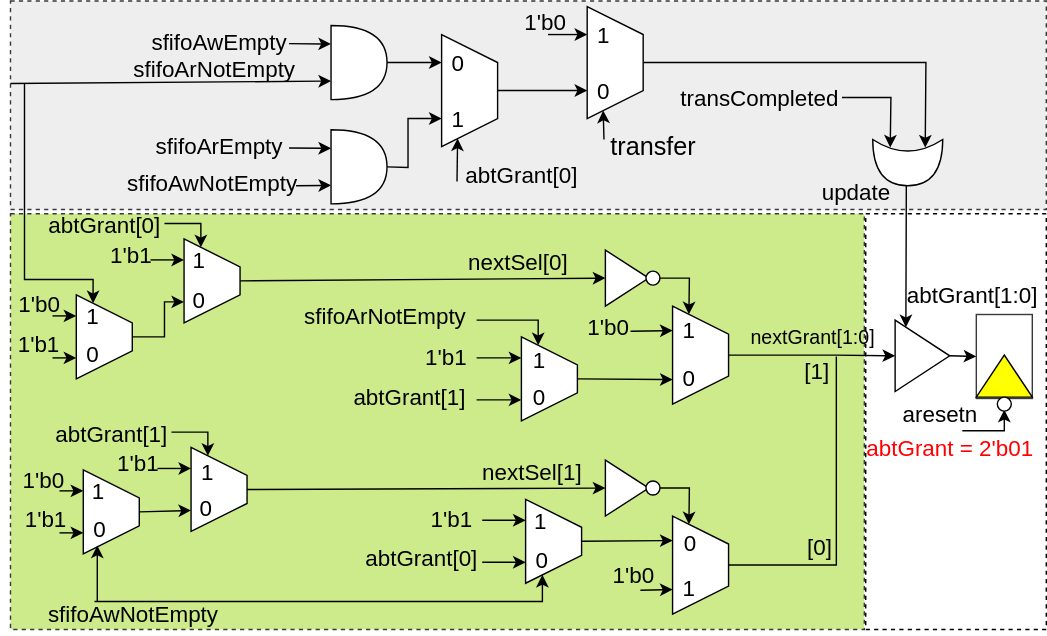
This is IMAGE/arbiter.drawio.svg from Manprocoder/AXI-APB-Bridge, a draw.io export, as it was before one commit. Source tidied: cells renumbered, new cells last; positions are measured from the earlier drawing's top-left corner, leaving out a move shared by most shapes.
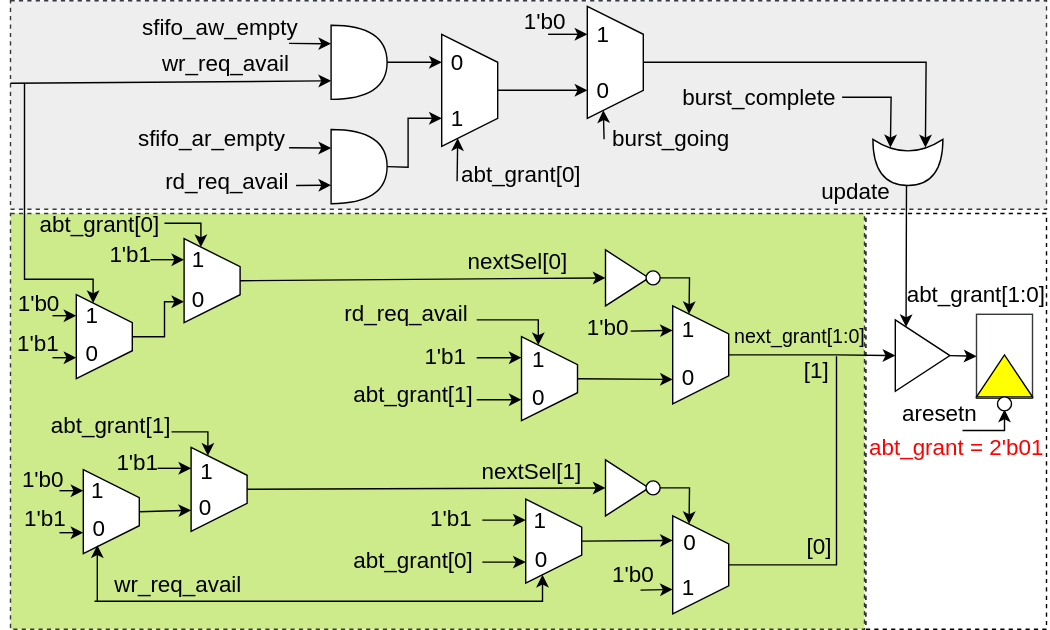
Above is the later version.

What changed in the source:
```diff
@@ -14,8 +14,8 @@
     <mxCell id="5" style="rounded=0;whiteSpace=wrap;html=1;fillColor=#FFFFFF;strokeColor=#36393d;" parent="1" vertex="1">
       <mxGeometry x="690" y="224" width="40" height="60" as="geometry" />
     </mxCell>
-    <mxCell id="6" value="&lt;font style=&quot;font-size: 16px;&quot;&gt;abtGrant[1:0]&lt;/font&gt;" style="text;html=1;align=center;verticalAlign=middle;whiteSpace=wrap;rounded=0;" parent="1" vertex="1">
-      <mxGeometry x="635" y="195" width="104" height="30" as="geometry" />
+    <mxCell id="6" value="&lt;font style=&quot;font-size: 16px;&quot;&gt;abt_grant[1:0]&lt;/font&gt;" style="text;html=1;align=center;verticalAlign=middle;whiteSpace=wrap;rounded=0;" parent="1" vertex="1">
+      <mxGeometry x="638" y="195" width="104" height="30" as="geometry" />
     </mxCell>
     <mxCell id="7" style="triangle;whiteSpace=wrap;html=1;direction=north;fillColor=#FFFF00;" parent="1" vertex="1">
       <mxGeometry x="690" y="253" width="40" height="30" as="geometry" />
@@ -32,8 +32,8 @@
     <mxCell id="9" value="&lt;font style=&quot;font-size: 16px;&quot;&gt;aresetn&lt;/font&gt;" style="text;html=1;align=center;verticalAlign=middle;whiteSpace=wrap;rounded=0;" parent="1" vertex="1">
       <mxGeometry x="634" y="283" width="60" height="23" as="geometry" />
     </mxCell>
-    <mxCell id="10" value="&lt;font style=&quot;font-size: 16px; color: rgb(255, 0, 0);&quot;&gt;abtGrant = 2'b01&lt;/font&gt;" style="text;html=1;align=center;verticalAlign=middle;whiteSpace=wrap;rounded=0;" parent="1" vertex="1">
-      <mxGeometry x="606" y="304" width="130" height="30" as="geometry" />
+    <mxCell id="10" value="&lt;font style=&quot;font-size: 16px; color: rgb(255, 0, 0);&quot;&gt;abt_grant = 2'b01&lt;/font&gt;" style="text;html=1;align=center;verticalAlign=middle;whiteSpace=wrap;rounded=0;" parent="1" vertex="1">
+      <mxGeometry x="611" y="304" width="130" height="30" as="geometry" />
     </mxCell>
     <mxCell id="11" style="endArrow=classic;html=1;rounded=0;entryX=0.197;entryY=0.1;entryDx=0;entryDy=0;exitX=1;exitY=0.5;exitDx=0;exitDy=0;exitPerimeter=0;entryPerimeter=0;" parent="1" edge="1" source="14" target="40">
       <mxGeometry relative="1" as="geometry">
@@ -66,7 +66,7 @@
         </Array>
       </mxGeometry>
     </mxCell>
-    <mxCell id="17" value="&lt;font style=&quot;font-size: 16px;&quot;&gt;transCompleted&lt;/font&gt;" style="text;html=1;align=center;verticalAlign=middle;whiteSpace=wrap;rounded=0;" parent="1" vertex="1">
+    <mxCell id="17" value="&lt;font style=&quot;font-size: 16px;&quot;&gt;burst_complete&lt;/font&gt;" style="text;html=1;align=center;verticalAlign=middle;whiteSpace=wrap;rounded=0;" parent="1" vertex="1">
       <mxGeometry x="475" y="54" width="120" height="30" as="geometry" />
     </mxCell>
     <mxCell id="18" style="shape=trapezoid;perimeter=trapezoidPerimeter;whiteSpace=wrap;html=1;fixedSize=1;direction=south;" parent="1" vertex="1">
@@ -85,8 +85,8 @@
         <mxPoint x="424" y="99" as="sourcePoint" />
       </mxGeometry>
     </mxCell>
-    <mxCell id="22" value="&lt;font style=&quot;font-size: 18px;&quot;&gt;transfer&lt;/font&gt;" style="text;html=1;align=center;verticalAlign=middle;whiteSpace=wrap;rounded=0;" parent="1" vertex="1">
-      <mxGeometry x="424" y="89" width="70" height="30" as="geometry" />
+    <mxCell id="22" value="&lt;font style=&quot;font-size: 16px;&quot;&gt;burst_going&lt;/font&gt;" style="text;html=1;align=center;verticalAlign=middle;whiteSpace=wrap;rounded=0;" parent="1" vertex="1">
+      <mxGeometry x="429" y="83" width="86" height="30" as="geometry" />
     </mxCell>
     <mxCell id="23" style="shape=or;whiteSpace=wrap;html=1;" parent="1" vertex="1">
       <mxGeometry x="229" y="92" width="40" height="53" as="geometry" />
@@ -107,12 +107,9 @@
         <mxPoint x="319" y="129" as="sourcePoint" />
       </mxGeometry>
     </mxCell>
-    <mxCell id="28" value="&lt;font style=&quot;font-size: 16px;&quot;&gt;abtGrant[0]&lt;/font&gt;" style="text;html=1;align=center;verticalAlign=middle;whiteSpace=wrap;rounded=0;" parent="1" vertex="1">
+    <mxCell id="28" value="&lt;font style=&quot;font-size: 16px;&quot;&gt;abt_grant[0]&lt;/font&gt;" style="text;html=1;align=center;verticalAlign=middle;whiteSpace=wrap;rounded=0;" parent="1" vertex="1">
       <mxGeometry x="318" y="109" width="94" height="30" as="geometry" />
     </mxCell>
-    <mxCell id="29" value="&lt;font style=&quot;font-size: 16px;&quot;&gt;sfifoArEmpty&lt;/font&gt;" style="text;html=1;align=center;verticalAlign=middle;whiteSpace=wrap;rounded=0;" parent="1" vertex="1">
-      <mxGeometry x="99" y="88" width="100" height="30" as="geometry" />
-    </mxCell>
     <mxCell id="30" style="endArrow=classic;html=1;rounded=0;exitX=1;exitY=0.5;exitDx=0;exitDy=0;exitPerimeter=0;entryX=0.75;entryY=1;entryDx=0;entryDy=0;" parent="1" edge="1" source="23" target="24">
       <mxGeometry relative="1" as="geometry">
         <Array as="points">
@@ -126,9 +123,6 @@
         <mxPoint x="204" y="132" as="sourcePoint" />
       </mxGeometry>
     </mxCell>
-    <mxCell id="32" value="&lt;font style=&quot;font-size: 16px;&quot;&gt;sfifoAwNotEmpty&lt;/font&gt;" style="text;html=1;align=center;verticalAlign=middle;whiteSpace=wrap;rounded=0;" parent="1" vertex="1">
-      <mxGeometry x="74" y="115" width="140" height="30" as="geometry" />
-    </mxCell>
     <mxCell id="33" style="shape=or;whiteSpace=wrap;html=1;" parent="1" vertex="1">
       <mxGeometry x="229" y="17.5" width="40" height="53" as="geometry" />
     </mxCell>
@@ -137,16 +131,16 @@
         <mxPoint x="199" y="30.5" as="sourcePoint" />
       </mxGeometry>
     </mxCell>
-    <mxCell id="35" value="&lt;font style=&quot;font-size: 16px;&quot;&gt;sfifoAwEmpty&lt;/font&gt;" style="text;html=1;align=center;verticalAlign=middle;whiteSpace=wrap;rounded=0;" parent="1" vertex="1">
-      <mxGeometry x="99" y="13.5" width="100" height="30" as="geometry" />
+    <mxCell id="35" value="&lt;font style=&quot;font-size: 16px;&quot;&gt;sfifo_aw_empty&lt;/font&gt;" style="text;html=1;align=center;verticalAlign=middle;whiteSpace=wrap;rounded=0;" parent="1" vertex="1">
+      <mxGeometry x="87" y="3.5" width="126" height="30" as="geometry" />
     </mxCell>
     <mxCell id="36" style="endArrow=classic;html=1;rounded=0;entryX=0;entryY=0.75;entryDx=0;entryDy=0;entryPerimeter=0;" parent="1" edge="1" target="33">
       <mxGeometry relative="1" as="geometry">
         <mxPoint y="59" as="sourcePoint" />
       </mxGeometry>
     </mxCell>
-    <mxCell id="37" value="&lt;font style=&quot;font-size: 16px;&quot;&gt;sfifoArNotEmpty&lt;/font&gt;" style="text;html=1;align=center;verticalAlign=middle;whiteSpace=wrap;rounded=0;" parent="1" vertex="1">
-      <mxGeometry x="83" y="35" width="125" height="25" as="geometry" />
+    <mxCell id="37" value="&lt;font style=&quot;font-size: 16px;&quot;&gt;wr_req_avail&lt;/font&gt;" style="text;html=1;align=center;verticalAlign=middle;whiteSpace=wrap;rounded=0;" parent="1" vertex="1">
+      <mxGeometry x="100" y="34" width="108" height="21" as="geometry" />
     </mxCell>
     <mxCell id="38" style="endArrow=classic;html=1;rounded=0;exitX=1;exitY=0.5;exitDx=0;exitDy=0;exitPerimeter=0;entryX=0.25;entryY=1;entryDx=0;entryDy=0;" parent="1" edge="1" source="33" target="24">
       <mxGeometry relative="1" as="geometry" />
@@ -161,8 +155,8 @@
     <mxCell id="40" style="triangle;whiteSpace=wrap;html=1;" parent="1" vertex="1">
       <mxGeometry x="632" y="228" width="39" height="51" as="geometry" />
     </mxCell>
-    <mxCell id="41" value="&lt;font style=&quot;font-size: 14px;&quot;&gt;nextGrant[1:0]&lt;/font&gt;" style="text;html=1;align=center;verticalAlign=middle;whiteSpace=wrap;rounded=0;" parent="1" vertex="1">
-      <mxGeometry x="522" y="227" width="102" height="26" as="geometry" />
+    <mxCell id="41" value="&lt;font style=&quot;font-size: 14px;&quot;&gt;next_grant[1:0]&lt;/font&gt;" style="text;html=1;align=center;verticalAlign=middle;whiteSpace=wrap;rounded=0;" parent="1" vertex="1">
+      <mxGeometry x="513" y="227" width="102" height="26" as="geometry" />
     </mxCell>
     <mxCell id="42" style="shape=trapezoid;perimeter=trapezoidPerimeter;whiteSpace=wrap;html=1;fixedSize=1;direction=south;" parent="1" vertex="1">
       <mxGeometry x="473" y="218" width="40" height="70" as="geometry" />
@@ -201,9 +195,6 @@
     <mxCell id="51" style="endArrow=classic;html=1;rounded=0;exitX=0.5;exitY=0;exitDx=0;exitDy=0;entryX=0.75;entryY=1;entryDx=0;entryDy=0;" parent="1" edge="1" source="50" target="42">
       <mxGeometry relative="1" as="geometry" />
     </mxCell>
-    <mxCell id="52" value="&lt;font style=&quot;font-size: 16px;&quot;&gt;sfifoArNotEmpty&lt;/font&gt;" style="text;html=1;align=center;verticalAlign=middle;whiteSpace=wrap;rounded=0;" parent="1" vertex="1">
-      <mxGeometry x="205" y="210" width="125" height="30" as="geometry" />
-    </mxCell>
     <mxCell id="53" style="endArrow=classic;html=1;rounded=0;entryX=0.25;entryY=1;entryDx=0;entryDy=0;" parent="1" edge="1" target="50">
       <mxGeometry relative="1" as="geometry">
         <mxPoint x="333" y="255" as="sourcePoint" />
@@ -225,9 +216,6 @@
     <mxCell id="56" value="&lt;font style=&quot;font-size: 16px;&quot;&gt;1'b1&lt;/font&gt;" style="text;html=1;align=center;verticalAlign=middle;whiteSpace=wrap;rounded=0;" parent="1" vertex="1">
       <mxGeometry x="291" y="239" width="40" height="30" as="geometry" />
     </mxCell>
-    <mxCell id="57" value="&lt;font style=&quot;font-size: 16px;&quot;&gt;abtGrant[1]&lt;/font&gt;" style="text;html=1;align=center;verticalAlign=middle;whiteSpace=wrap;rounded=0;" parent="1" vertex="1">
-      <mxGeometry x="238" y="268" width="94" height="30" as="geometry" />
-    </mxCell>
     <mxCell id="58" style="shape=trapezoid;perimeter=trapezoidPerimeter;whiteSpace=wrap;html=1;fixedSize=1;direction=south;" parent="1" vertex="1">
       <mxGeometry x="473" y="368" width="40" height="70" as="geometry" />
     </mxCell>
@@ -265,9 +253,6 @@
     <mxCell id="67" style="endArrow=classic;html=1;rounded=0;exitX=0.5;exitY=0;exitDx=0;exitDy=0;entryX=0.25;entryY=1;entryDx=0;entryDy=0;" parent="1" edge="1" source="66" target="58">
       <mxGeometry relative="1" as="geometry" />
     </mxCell>
-    <mxCell id="68" value="&lt;font style=&quot;font-size: 16px;&quot;&gt;sfifoAwNotEmpty&lt;/font&gt;" style="text;html=1;align=center;verticalAlign=middle;whiteSpace=wrap;rounded=0;" parent="1" vertex="1">
-      <mxGeometry x="25" y="423" width="125" height="30" as="geometry" />
-    </mxCell>
     <mxCell id="69" style="endArrow=classic;html=1;rounded=0;entryX=0.25;entryY=1;entryDx=0;entryDy=0;" parent="1" edge="1" target="66">
       <mxGeometry relative="1" as="geometry">
         <mxPoint x="337" y="371" as="sourcePoint" />
@@ -281,9 +266,6 @@
     <mxCell id="71" value="&lt;font style=&quot;font-size: 16px;&quot;&gt;1'b1&lt;/font&gt;" style="text;html=1;align=center;verticalAlign=middle;whiteSpace=wrap;rounded=0;" parent="1" vertex="1">
       <mxGeometry x="295" y="355" width="40" height="30" as="geometry" />
     </mxCell>
-    <mxCell id="72" value="&lt;font style=&quot;font-size: 16px;&quot;&gt;abtGrant[0]&lt;/font&gt;" style="text;html=1;align=center;verticalAlign=middle;whiteSpace=wrap;rounded=0;" parent="1" vertex="1">
-      <mxGeometry x="247" y="383" width="93" height="30" as="geometry" />
-    </mxCell>
     <mxCell id="73" style="endArrow=none;html=1;rounded=0;exitX=0.5;exitY=0;exitDx=0;exitDy=0;" parent="1" edge="1" source="58">
       <mxGeometry relative="1" as="geometry">
         <mxPoint x="590" y="254" as="targetPoint" />
@@ -309,9 +291,6 @@
         </Array>
       </mxGeometry>
     </mxCell>
-    <mxCell id="78" value="&lt;font style=&quot;font-size: 16px;&quot;&gt;abtGrant[0]&lt;/font&gt;" style="text;html=1;align=center;verticalAlign=middle;whiteSpace=wrap;rounded=0;" parent="1" vertex="1">
-      <mxGeometry x="20" y="145" width="94" height="30" as="geometry" />
-    </mxCell>
     <mxCell id="79" style="endArrow=classic;html=1;rounded=0;entryX=0.25;entryY=1;entryDx=0;entryDy=0;" parent="1" edge="1" target="76">
       <mxGeometry relative="1" as="geometry">
         <mxPoint x="100" y="185" as="sourcePoint" />
@@ -368,9 +347,6 @@
         </Array>
       </mxGeometry>
     </mxCell>
-    <mxCell id="90" value="&lt;font style=&quot;font-size: 16px;&quot;&gt;abtGrant[1]&lt;/font&gt;" style="text;html=1;align=center;verticalAlign=middle;whiteSpace=wrap;rounded=0;" parent="1" vertex="1">
-      <mxGeometry x="25" y="294" width="94" height="30" as="geometry" />
-    </mxCell>
     <mxCell id="91" style="endArrow=classic;html=1;rounded=0;entryX=0.25;entryY=1;entryDx=0;entryDy=0;" parent="1" edge="1" target="88">
       <mxGeometry relative="1" as="geometry">
         <mxPoint x="105" y="334" as="sourcePoint" />
@@ -479,5 +455,29 @@
     <mxCell id="121" style="ellipse;whiteSpace=wrap;html=1;" parent="1" vertex="1">
       <mxGeometry x="705" y="283" width="10" height="10" as="geometry" />
     </mxCell>
+    <mxCell id="122" value="&lt;font style=&quot;font-size: 16px;&quot;&gt;abt_grant[0]&lt;/font&gt;" style="text;html=1;align=center;verticalAlign=middle;whiteSpace=wrap;rounded=0;" parent="1" vertex="1">
+      <mxGeometry x="17" y="145" width="94" height="30" as="geometry" />
+    </mxCell>
+    <mxCell id="123" value="&lt;font style=&quot;font-size: 16px;&quot;&gt;abt_grant[0]&lt;/font&gt;" style="text;html=1;align=center;verticalAlign=middle;whiteSpace=wrap;rounded=0;" parent="1" vertex="1">
+      <mxGeometry x="241" y="385" width="94" height="30" as="geometry" />
+    </mxCell>
+    <mxCell id="124" value="&lt;font style=&quot;font-size: 16px;&quot;&gt;abt_grant[1]&lt;/font&gt;" style="text;html=1;align=center;verticalAlign=middle;whiteSpace=wrap;rounded=0;" parent="1" vertex="1">
+      <mxGeometry x="241" y="266" width="94" height="30" as="geometry" />
+    </mxCell>
+    <mxCell id="125" value="&lt;font style=&quot;font-size: 16px;&quot;&gt;abt_grant[1]&lt;/font&gt;" style="text;html=1;align=center;verticalAlign=middle;whiteSpace=wrap;rounded=0;" parent="1" vertex="1">
+      <mxGeometry x="25" y="288" width="94" height="30" as="geometry" />
+    </mxCell>
+    <mxCell id="126" value="&lt;font style=&quot;font-size: 16px;&quot;&gt;sfifo_ar_empty&lt;/font&gt;" style="text;html=1;align=center;verticalAlign=middle;whiteSpace=wrap;rounded=0;" parent="1" vertex="1">
+      <mxGeometry x="84" y="83" width="120" height="30" as="geometry" />
+    </mxCell>
+    <mxCell id="127" value="&lt;font style=&quot;font-size: 16px;&quot;&gt;rd_req_avail&lt;/font&gt;" style="text;html=1;align=center;verticalAlign=middle;whiteSpace=wrap;rounded=0;" parent="1" vertex="1">
+      <mxGeometry x="101" y="113" width="108" height="31" as="geometry" />
+    </mxCell>
+    <mxCell id="128" value="&lt;font style=&quot;font-size: 16px;&quot;&gt;rd_req_avail&lt;/font&gt;" style="text;html=1;align=center;verticalAlign=middle;whiteSpace=wrap;rounded=0;" parent="1" vertex="1">
+      <mxGeometry x="229" y="207" width="108" height="31" as="geometry" />
+    </mxCell>
+    <mxCell id="129" value="&lt;font style=&quot;font-size: 16px;&quot;&gt;wr_req_avail&lt;/font&gt;" style="text;html=1;align=center;verticalAlign=middle;whiteSpace=wrap;rounded=0;" parent="1" vertex="1">
+      <mxGeometry x="66" y="406" width="108" height="21" as="geometry" />
+    </mxCell>
   </root>
 </mxGraphModel>
```
